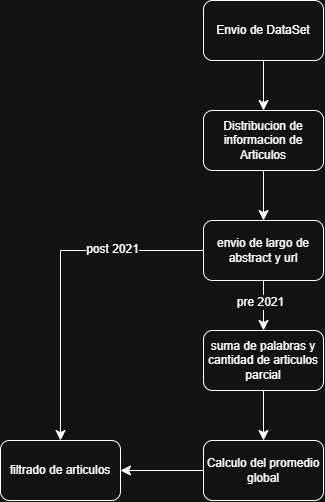
This is diseño/diagramas/DAG_Q5.png from LuccaMarino/tp-grupal_Distribuidos, a draw.io export, as it was before one commit. Source tidied: cells renumbered, new cells last; positions are measured from the earlier drawing's top-left corner, leaving out a move shared by most shapes.
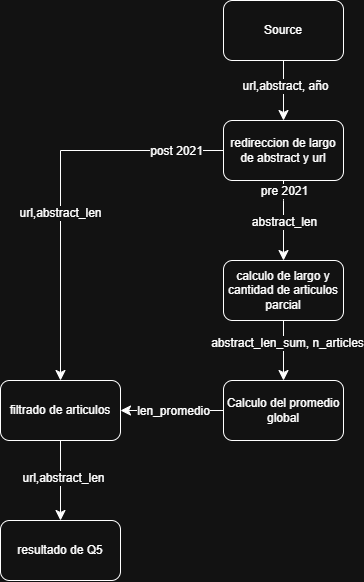
The same file after the commit.

Diff of the diagram source:
```diff
@@ -2,51 +2,75 @@
   <root>
     <mxCell id="0" />
     <mxCell id="1" parent="0" />
-    <mxCell id="2" style="edgeStyle=none;curved=1;rounded=0;curveGeometry=1;jettySize=auto;html=1;fontSize=12;startSize=8;endSize=8;" parent="1" edge="1" source="3" target="5">
-      <mxGeometry relative="1" as="geometry" />
-    </mxCell>
-    <mxCell id="3" value="Envio de DataSet" style="rounded=1;whiteSpace=wrap;html=1;roundedPerimeter=1;" parent="1" vertex="1">
-      <mxGeometry x="203" width="120" height="60" as="geometry" />
-    </mxCell>
-    <mxCell id="4" style="edgeStyle=none;curved=1;rounded=0;curveGeometry=1;jettySize=auto;html=1;fontSize=12;startSize=8;endSize=8;" parent="1" edge="1" source="5" target="8">
-      <mxGeometry relative="1" as="geometry" />
-    </mxCell>
-    <mxCell id="5" value="Distribucion de informacion de Articulos" style="rounded=1;whiteSpace=wrap;html=1;roundedPerimeter=1;" parent="1" vertex="1">
-      <mxGeometry x="203" y="110" width="120" height="60" as="geometry" />
-    </mxCell>
-    <mxCell id="6" style="edgeStyle=none;curved=1;rounded=0;curveGeometry=1;jettySize=auto;html=1;fontSize=12;startSize=8;endSize=8;entryX=0.5;entryY=0;entryDx=0;entryDy=0;" parent="1" edge="1" source="8" target="13">
-      <mxGeometry relative="1" as="geometry">
-        <Array as="points">
-          <mxPoint x="263" y="300" />
-        </Array>
-      </mxGeometry>
-    </mxCell>
+    <mxCell id="16" style="edgeStyle=none;curved=1;rounded=0;curveGeometry=1;jettySize=auto;html=1;fontSize=12;startSize=8;endSize=8;" parent="1" edge="1" source="18" target="21">
+      <mxGeometry relative="1" as="geometry" />
+    </mxCell>
+    <mxCell id="17" value="url,abstract, año" style="edgeLabel;html=1;align=center;verticalAlign=middle;fontSize=12;" parent="16" vertex="1">
+      <mxGeometry x="-0.18" y="1" relative="1" as="geometry" />
+    </mxCell>
+    <mxCell id="18" value="Source" style="rounded=1;whiteSpace=wrap;html=1;roundedPerimeter=1;" parent="1" vertex="1">
+      <mxGeometry x="203" y="100" width="120" height="60" as="geometry" />
+    </mxCell>
+    <mxCell id="19" style="edgeStyle=none;curved=1;rounded=0;curveGeometry=1;jettySize=auto;html=1;fontSize=12;startSize=8;endSize=8;entryX=0.5;entryY=0;entryDx=0;entryDy=0;" parent="1" edge="1" source="21" target="28">
+      <mxGeometry relative="1" as="geometry">
+        <Array as="points">
+          <mxPoint x="263" y="300" />
+        </Array>
+      </mxGeometry>
+    </mxCell>
-    <mxCell id="7" value="pre 2021" style="edgeLabel;html=1;align=center;verticalAlign=middle;fontSize=12;" parent="6" vertex="1">
-      <mxGeometry x="-0.16" y="-4" relative="1" as="geometry" />
+    <mxCell id="7" value="pre 2021" style="edgeLabel;html=1;align=center;verticalAlign=middle;fontSize=12;" parent="19" vertex="1">
+      <mxGeometry x="-0.16" y="-4" relative="1" as="geometry">
+        <mxPoint x="4" y="-24" as="offset" />
+      </mxGeometry>
     </mxCell>
-    <mxCell id="8" value="envio de largo de abstract y url" style="rounded=1;whiteSpace=wrap;html=1;roundedPerimeter=1;" parent="1" vertex="1">
-      <mxGeometry x="203" y="220" width="120" height="60" as="geometry" />
-    </mxCell>
+    <mxCell id="20" value="abstract_len" style="edgeLabel;html=1;align=center;verticalAlign=middle;fontSize=12;" parent="19" vertex="1">
+      <mxGeometry x="0.02" relative="1" as="geometry" />
+    </mxCell>
+    <mxCell id="21" value="redireccion de largo de abstract y url" style="rounded=1;whiteSpace=wrap;html=1;roundedPerimeter=1;" parent="1" vertex="1">
+      <mxGeometry x="203" y="220" width="120" height="60" as="geometry" />
+    </mxCell>
+    <mxCell id="22" style="edgeStyle=none;curved=1;rounded=0;curveGeometry=1;jettySize=auto;html=1;entryX=0.5;entryY=0;entryDx=0;entryDy=0;fontSize=12;startSize=8;endSize=8;" parent="1" edge="1" source="9" target="30">
+      <mxGeometry relative="1" as="geometry" />
+    </mxCell>
+    <mxCell id="23" value="url,abstract_len" style="edgeLabel;html=1;align=center;verticalAlign=middle;fontSize=12;" parent="22" vertex="1">
+      <mxGeometry x="-0.08" y="2" relative="1" as="geometry" />
+    </mxCell>
     <mxCell id="9" value="filtrado de articulos" style="rounded=1;whiteSpace=wrap;html=1;roundedPerimeter=1;" parent="1" vertex="1">
-      <mxGeometry y="440" width="120" height="60" as="geometry" />
+      <mxGeometry x="-20" y="480" width="120" height="60" as="geometry" />
     </mxCell>
-    <mxCell id="10" style="edgeStyle=orthogonalEdgeStyle;rounded=0;jettySize=auto;html=1;fontSize=12;startSize=8;endSize=8;exitX=0;exitY=0.5;exitDx=0;exitDy=0;" parent="1" edge="1" source="8" target="9">
-      <mxGeometry relative="1" as="geometry" />
-    </mxCell>
+    <mxCell id="24" style="edgeStyle=orthogonalEdgeStyle;rounded=0;jettySize=auto;html=1;fontSize=12;startSize=8;endSize=8;exitX=0;exitY=0.5;exitDx=0;exitDy=0;" parent="1" edge="1" source="21" target="9">
+      <mxGeometry relative="1" as="geometry" />
+    </mxCell>
-    <mxCell id="11" value="post 2021" style="edgeLabel;html=1;align=center;verticalAlign=middle;fontSize=12;" parent="10" vertex="1">
-      <mxGeometry x="-0.45" y="-2" relative="1" as="geometry" />
+    <mxCell id="11" value="post 2021" style="edgeLabel;html=1;align=center;verticalAlign=middle;fontSize=12;" parent="24" vertex="1">
+      <mxGeometry x="-0.45" y="-2" relative="1" as="geometry">
+        <mxPoint x="60" y="2" as="offset" />
+      </mxGeometry>
     </mxCell>
-    <mxCell id="12" style="edgeStyle=none;curved=1;rounded=0;curveGeometry=1;jettySize=auto;html=1;fontSize=12;startSize=8;endSize=8;" parent="1" edge="1" source="13" target="15">
-      <mxGeometry relative="1" as="geometry" />
-    </mxCell>
-    <mxCell id="13" value="suma de palabras y cantidad de articulos parcial" style="rounded=1;whiteSpace=wrap;html=1;" parent="1" vertex="1">
-      <mxGeometry x="203" y="330" width="120" height="60" as="geometry" />
-    </mxCell>
+    <mxCell id="25" value="url,abstract_len" style="edgeLabel;html=1;align=center;verticalAlign=middle;fontSize=12;" parent="24" vertex="1">
+      <mxGeometry x="0.15" y="-1" relative="1" as="geometry" />
+    </mxCell>
+    <mxCell id="26" style="edgeStyle=none;curved=1;rounded=0;curveGeometry=1;jettySize=auto;html=1;fontSize=12;startSize=8;endSize=8;" parent="1" edge="1" source="28" target="15">
+      <mxGeometry relative="1" as="geometry" />
+    </mxCell>
+    <mxCell id="27" value="abstract_len_sum, n_articles" style="edgeLabel;html=1;align=center;verticalAlign=middle;fontSize=12;" parent="26" vertex="1">
+      <mxGeometry x="-0.27" y="3" relative="1" as="geometry" />
+    </mxCell>
+    <mxCell id="28" value="calculo de largo y cantidad de articulos parcial" style="rounded=1;whiteSpace=wrap;html=1;" parent="1" vertex="1">
+      <mxGeometry x="203" y="360" width="120" height="60" as="geometry" />
+    </mxCell>
     <mxCell id="14" style="edgeStyle=none;curved=1;rounded=0;curveGeometry=1;jettySize=auto;html=1;entryX=1;entryY=0.5;entryDx=0;entryDy=0;fontSize=12;startSize=8;endSize=8;" parent="1" edge="1" source="15" target="9">
       <mxGeometry relative="1" as="geometry" />
     </mxCell>
+    <mxCell id="29" value="len_promedio" style="edgeLabel;html=1;align=center;verticalAlign=middle;fontSize=12;" parent="14" vertex="1">
+      <mxGeometry x="0.25" y="-2" relative="1" as="geometry">
+        <mxPoint x="14" y="2" as="offset" />
+      </mxGeometry>
+    </mxCell>
     <mxCell id="15" value="Calculo del promedio global" style="rounded=1;whiteSpace=wrap;html=1;roundedPerimeter=1;" parent="1" vertex="1">
-      <mxGeometry x="203" y="440" width="120" height="60" as="geometry" />
+      <mxGeometry x="203" y="480" width="120" height="60" as="geometry" />
     </mxCell>
+    <mxCell id="30" value="resultado de Q5" style="rounded=1;whiteSpace=wrap;html=1;roundedPerimeter=1;" parent="1" vertex="1">
+      <mxGeometry x="-20" y="620" width="120" height="60" as="geometry" />
+    </mxCell>
   </root>
 </mxGraphModel>
```
